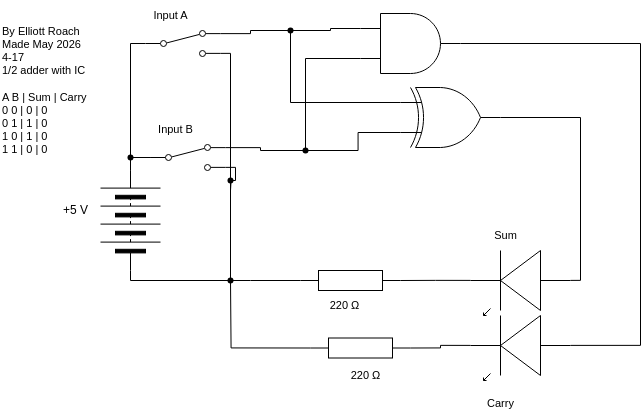
Earlier version of the draw.io export 4-16/schematicDiagram.png (elliottroach/TEJ3M-unit-4). Source tidied: cells renumbered, new cells last; positions are measured from the earlier drawing's top-left corner, leaving out a move shared by most shapes.
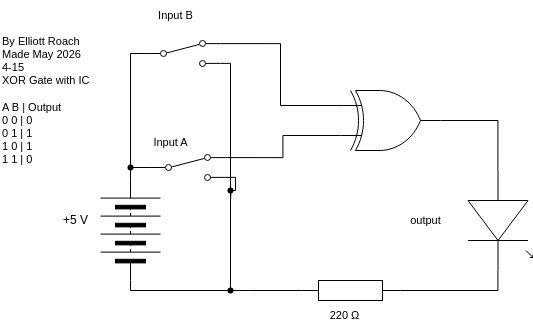
The same file after the commit.

Diff of the diagram source:
```diff
@@ -5,8 +5,8 @@
     <mxCell id="2" style="verticalLabelPosition=bottom;shadow=0;dashed=0;align=center;html=1;verticalAlign=top;shape=mxgraph.electrical.resistors.resistor_1;rotation=0;" parent="1" vertex="1">
       <mxGeometry x="300" y="270" width="100" height="20" as="geometry" />
     </mxCell>
-    <mxCell id="3" style="verticalLabelPosition=bottom;shadow=0;dashed=0;align=center;html=1;verticalAlign=top;shape=mxgraph.electrical.opto_electronics.led_1;rotation=-180;" parent="1" vertex="1">
-      <mxGeometry x="470" y="250" width="100" height="65" as="geometry" />
+    <mxCell id="3" style="verticalLabelPosition=bottom;shadow=0;dashed=0;align=center;html=1;verticalAlign=top;shape=mxgraph.electrical.opto_electronics.led_1;rotation=90;" parent="1" vertex="1">
+      <mxGeometry x="450" y="177.5" width="100" height="65" as="geometry" />
     </mxCell>
     <mxCell id="4" style="edgeStyle=orthogonalEdgeStyle;shape=connector;curved=0;rounded=0;html=1;exitDx=0;exitDy=0;exitPerimeter=0;entryX=0;entryY=0.5;entryDx=0;entryDy=0;strokeColor=#000000;align=center;verticalAlign=middle;fontFamily=Helvetica;fontSize=11;fontColor=default;labelBackgroundColor=default;endArrow=none;endFill=0;" parent="1" edge="1" source="12" target="8">
       <mxGeometry relative="1" as="geometry" />
@@ -14,7 +14,7 @@
     <mxCell id="5" value="220&amp;nbsp;Ω" style="text;html=1;align=center;verticalAlign=middle;strokeColor=none;fillColor=none;fontFamily=Helvetica;fontSize=11;fontColor=default;labelBackgroundColor=default;" parent="1" vertex="1">
       <mxGeometry x="319" y="290" width="50" height="30" as="geometry" />
     </mxCell>
-    <mxCell id="6" value="By Elliott Roach&lt;div&gt;Made May 2026&amp;nbsp;&lt;/div&gt;&lt;div&gt;4-17&lt;/div&gt;&lt;div&gt;1/2 adder with IC&lt;/div&gt;&lt;div&gt;&lt;br&gt;&lt;/div&gt;&lt;div&gt;A B | Sum | Carry&lt;/div&gt;&lt;div&gt;0 0 | 0 | 0&lt;/div&gt;&lt;div&gt;0 1 | 1 | 0&lt;/div&gt;&lt;div&gt;1 0 | 1 | 0&lt;/div&gt;&lt;div&gt;1 1 | 0 | 0&lt;/div&gt;" style="text;html=1;align=left;verticalAlign=middle;strokeColor=none;fillColor=none;fontFamily=Helvetica;fontSize=11;fontColor=default;labelBackgroundColor=default;" parent="1" vertex="1">
+    <mxCell id="6" value="By Elliott Roach&lt;div&gt;Made May 2026&amp;nbsp;&lt;/div&gt;&lt;div&gt;4-15&lt;/div&gt;&lt;div&gt;XOR Gate with IC&lt;/div&gt;&lt;div&gt;&lt;br&gt;&lt;/div&gt;&lt;div&gt;A B | Output&lt;/div&gt;&lt;div&gt;0 0 | 0&lt;/div&gt;&lt;div&gt;0 1 | 1&lt;/div&gt;&lt;div&gt;1 0 | 1&lt;/div&gt;&lt;div&gt;1 1 | 0&lt;/div&gt;" style="text;html=1;align=left;verticalAlign=middle;strokeColor=none;fillColor=none;fontFamily=Helvetica;fontSize=11;fontColor=default;labelBackgroundColor=default;" parent="1" vertex="1">
       <mxGeometry y="15" width="110" height="150" as="geometry" />
     </mxCell>
     <mxCell id="7" style="edgeStyle=orthogonalEdgeStyle;shape=connector;curved=0;rounded=0;html=1;exitX=1;exitY=0.5;exitDx=0;exitDy=0;entryX=0;entryY=0.5;entryDx=0;entryDy=0;strokeColor=#000000;align=center;verticalAlign=middle;fontFamily=Helvetica;fontSize=11;fontColor=default;labelBackgroundColor=default;endArrow=none;endFill=0;" parent="1" edge="1" source="8" target="11">
@@ -41,7 +41,7 @@
       <mxGeometry x="220" y="270" width="20" height="20" as="geometry" />
     </mxCell>
     <mxCell id="13" value="Input A" style="text;html=1;align=center;verticalAlign=middle;strokeColor=none;fillColor=none;fontFamily=Helvetica;fontSize=11;fontColor=default;labelBackgroundColor=default;" parent="1" vertex="1">
-      <mxGeometry x="140" width="60" height="30" as="geometry" />
+      <mxGeometry x="140" y="117" width="60" height="30" as="geometry" />
     </mxCell>
     <mxCell id="14" style="edgeStyle=orthogonalEdgeStyle;shape=connector;curved=0;rounded=0;html=1;exitX=1;exitY=0.54;exitDx=0;exitDy=0;exitPerimeter=0;entryX=1;entryY=0.5;entryDx=0;entryDy=0;entryPerimeter=0;strokeColor=#000000;align=center;verticalAlign=middle;fontFamily=Helvetica;fontSize=11;fontColor=default;labelBackgroundColor=default;endArrow=none;endFill=0;" parent="1" edge="1" source="3" target="2">
       <mxGeometry relative="1" as="geometry" />
@@ -54,8 +54,8 @@
         </Array>
       </mxGeometry>
     </mxCell>
-    <mxCell id="16" value="Sum" style="text;html=1;align=center;verticalAlign=middle;strokeColor=none;fillColor=none;fontFamily=Helvetica;fontSize=11;fontColor=default;labelBackgroundColor=default;" parent="1" vertex="1">
-      <mxGeometry x="480" y="220" width="50" height="30" as="geometry" />
+    <mxCell id="16" value="output" style="text;html=1;align=center;verticalAlign=middle;strokeColor=none;fillColor=none;fontFamily=Helvetica;fontSize=11;fontColor=default;labelBackgroundColor=default;" parent="1" vertex="1">
+      <mxGeometry x="400" y="195" width="50" height="30" as="geometry" />
     </mxCell>
     <mxCell id="17" style="edgeStyle=orthogonalEdgeStyle;shape=connector;curved=0;rounded=0;html=1;exitDx=0;exitDy=0;entryX=1;entryY=0.5;entryDx=0;entryDy=0;strokeColor=#000000;align=center;verticalAlign=middle;fontFamily=Helvetica;fontSize=11;fontColor=default;labelBackgroundColor=default;endArrow=none;endFill=0;" parent="1" edge="1" source="20" target="8">
       <mxGeometry relative="1" as="geometry" />
@@ -77,73 +77,20 @@
         <mxPoint x="230" y="190" as="targetPoint" />
       </mxGeometry>
     </mxCell>
-    <mxCell id="23" style="edgeStyle=orthogonalEdgeStyle;shape=connector;curved=0;rounded=0;html=1;exitDx=0;exitDy=0;exitPerimeter=0;entryX=1;entryY=0.12;entryDx=0;entryDy=0;strokeColor=#000000;align=center;verticalAlign=middle;fontFamily=Helvetica;fontSize=11;fontColor=default;labelBackgroundColor=default;endArrow=none;endFill=0;" parent="1" edge="1" source="40" target="11">
+    <mxCell id="23" style="edgeStyle=orthogonalEdgeStyle;shape=connector;curved=0;rounded=0;html=1;exitX=0;exitY=0.25;exitDx=0;exitDy=0;exitPerimeter=0;entryX=1;entryY=0.12;entryDx=0;entryDy=0;strokeColor=#000000;align=center;verticalAlign=middle;fontFamily=Helvetica;fontSize=11;fontColor=default;labelBackgroundColor=default;endArrow=none;endFill=0;" parent="1" edge="1" source="42" target="11">
       <mxGeometry relative="1" as="geometry" />
     </mxCell>
-    <mxCell id="24" style="edgeStyle=orthogonalEdgeStyle;shape=connector;curved=0;rounded=0;html=1;exitDx=0;exitDy=0;entryX=0;entryY=0.75;entryDx=0;entryDy=0;entryPerimeter=0;strokeColor=#000000;align=center;verticalAlign=middle;fontFamily=Helvetica;fontSize=11;fontColor=default;labelBackgroundColor=default;endArrow=none;endFill=0;" parent="1" edge="1" source="38" target="33">
-      <mxGeometry relative="1" as="geometry">
-        <Array as="points">
-          <mxPoint x="305" y="58" />
-        </Array>
-      </mxGeometry>
+    <mxCell id="24" style="edgeStyle=orthogonalEdgeStyle;shape=connector;curved=0;rounded=0;html=1;exitX=1;exitY=0.12;exitDx=0;exitDy=0;entryX=0;entryY=0.75;entryDx=0;entryDy=0;entryPerimeter=0;strokeColor=#000000;align=center;verticalAlign=middle;fontFamily=Helvetica;fontSize=11;fontColor=default;labelBackgroundColor=default;endArrow=none;endFill=0;" parent="1" edge="1" source="18" target="42">
+      <mxGeometry relative="1" as="geometry" />
     </mxCell>
     <mxCell id="25" value="Input B" style="text;html=1;align=center;verticalAlign=middle;strokeColor=none;fillColor=none;fontFamily=Helvetica;fontSize=11;fontColor=default;labelBackgroundColor=default;" parent="1" vertex="1">
-      <mxGeometry x="140" y="114" width="70" height="30" as="geometry" />
+      <mxGeometry x="140" y="-10" width="70" height="30" as="geometry" />
     </mxCell>
-    <mxCell id="26" style="edgeStyle=orthogonalEdgeStyle;shape=connector;curved=0;rounded=0;html=1;exitX=1;exitY=0.5;exitDx=0;exitDy=0;exitPerimeter=0;entryX=0;entryY=0.54;entryDx=0;entryDy=0;entryPerimeter=0;strokeColor=#000000;align=center;verticalAlign=middle;fontFamily=Helvetica;fontSize=11;fontColor=default;labelBackgroundColor=default;endArrow=none;endFill=0;" parent="1" edge="1" source="36" target="3">
+    <mxCell id="26" style="edgeStyle=orthogonalEdgeStyle;shape=connector;curved=0;rounded=0;html=1;exitX=1;exitY=0.5;exitDx=0;exitDy=0;exitPerimeter=0;entryX=0;entryY=0.54;entryDx=0;entryDy=0;entryPerimeter=0;strokeColor=#000000;align=center;verticalAlign=middle;fontFamily=Helvetica;fontSize=11;fontColor=default;labelBackgroundColor=default;endArrow=none;endFill=0;" parent="1" edge="1" source="42" target="3">
       <mxGeometry relative="1" as="geometry" />
     </mxCell>
-    <mxCell id="27" style="verticalLabelPosition=bottom;shadow=0;dashed=0;align=center;html=1;verticalAlign=top;shape=mxgraph.electrical.opto_electronics.led_1;rotation=-180;" parent="1" vertex="1">
-      <mxGeometry x="470" y="315" width="100" height="65" as="geometry" />
-    </mxCell>
-    <mxCell id="28" style="edgeStyle=orthogonalEdgeStyle;shape=connector;curved=0;rounded=0;html=1;exitX=0;exitY=0.5;exitDx=0;exitDy=0;exitPerimeter=0;strokeColor=#000000;align=center;verticalAlign=middle;fontFamily=Helvetica;fontSize=11;fontColor=default;labelBackgroundColor=default;endArrow=none;endFill=0;" parent="1" edge="1" source="29">
-      <mxGeometry relative="1" as="geometry">
-        <mxPoint x="230" y="280" as="targetPoint" />
-      </mxGeometry>
-    </mxCell>
-    <mxCell id="29" style="verticalLabelPosition=bottom;shadow=0;dashed=0;align=center;html=1;verticalAlign=top;shape=mxgraph.electrical.resistors.resistor_1;rotation=0;" parent="1" vertex="1">
-      <mxGeometry x="310" y="337.5" width="100" height="20" as="geometry" />
-    </mxCell>
-    <mxCell id="30" value="220&amp;nbsp;Ω" style="text;html=1;align=center;verticalAlign=middle;strokeColor=none;fillColor=none;fontFamily=Helvetica;fontSize=11;fontColor=default;labelBackgroundColor=default;" parent="1" vertex="1">
-      <mxGeometry x="340" y="360" width="50" height="30" as="geometry" />
-    </mxCell>
-    <mxCell id="31" style="edgeStyle=orthogonalEdgeStyle;shape=connector;curved=0;rounded=0;html=1;exitX=1;exitY=0.54;exitDx=0;exitDy=0;exitPerimeter=0;entryX=1;entryY=0.5;entryDx=0;entryDy=0;entryPerimeter=0;strokeColor=#000000;align=center;verticalAlign=middle;fontFamily=Helvetica;fontSize=11;fontColor=default;labelBackgroundColor=default;endArrow=none;endFill=0;" parent="1" edge="1" source="27" target="29">
-      <mxGeometry relative="1" as="geometry" />
-    </mxCell>
-    <mxCell id="32" style="edgeStyle=orthogonalEdgeStyle;shape=connector;curved=0;rounded=0;html=1;exitX=1;exitY=0.5;exitDx=0;exitDy=0;exitPerimeter=0;strokeColor=#000000;align=center;verticalAlign=middle;fontFamily=Helvetica;fontSize=11;fontColor=default;labelBackgroundColor=default;endArrow=none;endFill=0;entryX=0;entryY=0.54;entryDx=0;entryDy=0;entryPerimeter=0;" parent="1" edge="1" source="33" target="27">
-      <mxGeometry relative="1" as="geometry">
-        <Array as="points">
-          <mxPoint x="640" y="43" />
-          <mxPoint x="640" y="345" />
-        </Array>
-      </mxGeometry>
-    </mxCell>
-    <mxCell id="33" style="verticalLabelPosition=bottom;shadow=0;dashed=0;align=center;html=1;verticalAlign=top;shape=mxgraph.electrical.logic_gates.logic_gate;operation=and;fontFamily=Helvetica;fontSize=11;fontColor=default;labelBackgroundColor=default;" parent="1" vertex="1">
-      <mxGeometry x="360" y="13" width="100" height="60" as="geometry" />
-    </mxCell>
-    <mxCell id="34" value="Carry" style="text;html=1;align=center;verticalAlign=middle;strokeColor=none;fillColor=none;fontFamily=Helvetica;fontSize=11;fontColor=default;labelBackgroundColor=default;" parent="1" vertex="1">
-      <mxGeometry x="475" y="388" width="50" height="30" as="geometry" />
-    </mxCell>
-    <mxCell id="35" style="edgeStyle=orthogonalEdgeStyle;shape=connector;curved=0;rounded=0;html=1;exitX=0;exitY=0.75;exitDx=0;exitDy=0;exitPerimeter=0;strokeColor=#000000;align=center;verticalAlign=middle;fontFamily=Helvetica;fontSize=11;fontColor=default;labelBackgroundColor=default;endArrow=none;endFill=0;" parent="1" edge="1" source="36" target="38">
-      <mxGeometry relative="1" as="geometry" />
-    </mxCell>
-    <mxCell id="36" style="verticalLabelPosition=bottom;shadow=0;dashed=0;align=center;html=1;verticalAlign=top;shape=mxgraph.electrical.logic_gates.logic_gate;operation=xor;fontFamily=Helvetica;fontSize=11;fontColor=default;labelBackgroundColor=default;" parent="1" vertex="1">
-      <mxGeometry x="400" y="87" width="100" height="60" as="geometry" />
-    </mxCell>
-    <mxCell id="37" style="edgeStyle=orthogonalEdgeStyle;shape=connector;curved=0;rounded=0;html=1;exitX=1;exitY=0.12;exitDx=0;exitDy=0;entryDx=0;entryDy=0;entryPerimeter=0;strokeColor=#000000;align=center;verticalAlign=middle;fontFamily=Helvetica;fontSize=11;fontColor=default;labelBackgroundColor=default;endArrow=none;endFill=0;" parent="1" edge="1" source="18" target="38">
-      <mxGeometry relative="1" as="geometry" />
-    </mxCell>
-    <mxCell id="38" style="shape=waypoint;sketch=0;size=6;points=[];fillColor=none;perimeter=centerPerimeter;snapToPoint=1;fontFamily=Helvetica;fontSize=11;fontColor=default;labelBackgroundColor=default;" parent="1" vertex="1">
-      <mxGeometry x="295" y="140" width="20" height="20" as="geometry" />
-    </mxCell>
-    <mxCell id="39" style="edgeStyle=orthogonalEdgeStyle;shape=connector;curved=0;rounded=0;html=1;exitX=0;exitY=0.25;exitDx=0;exitDy=0;exitPerimeter=0;entryDx=0;entryDy=0;strokeColor=#000000;align=center;verticalAlign=middle;fontFamily=Helvetica;fontSize=11;fontColor=default;labelBackgroundColor=default;endArrow=none;endFill=0;" parent="1" edge="1" source="33" target="40">
-      <mxGeometry relative="1" as="geometry" />
-    </mxCell>
-    <mxCell id="40" style="shape=waypoint;sketch=0;size=6;points=[];fillColor=none;perimeter=centerPerimeter;snapToPoint=1;fontFamily=Helvetica;fontSize=11;fontColor=default;labelBackgroundColor=default;" parent="1" vertex="1">
-      <mxGeometry x="280" y="20" width="20" height="20" as="geometry" />
-    </mxCell>
-    <mxCell id="41" style="edgeStyle=orthogonalEdgeStyle;shape=connector;curved=0;rounded=0;html=1;exitX=0;exitY=0.25;exitDx=0;exitDy=0;exitPerimeter=0;entryX=0.6;entryY=0.85;entryDx=0;entryDy=0;entryPerimeter=0;strokeColor=#000000;align=center;verticalAlign=middle;fontFamily=Helvetica;fontSize=11;fontColor=default;labelBackgroundColor=default;endArrow=none;endFill=0;" parent="1" edge="1" source="36" target="40">
-      <mxGeometry relative="1" as="geometry" />
-    </mxCell>
+    <mxCell id="42" style="verticalLabelPosition=bottom;shadow=0;dashed=0;align=center;html=1;verticalAlign=top;shape=mxgraph.electrical.logic_gates.logic_gate;operation=xor;fontFamily=Helvetica;fontSize=11;fontColor=default;labelBackgroundColor=default;" parent="1" vertex="1">
+      <mxGeometry x="340" y="80" width="100" height="60" as="geometry" />
+    </mxCell>
   </root>
 </mxGraphModel>
```
